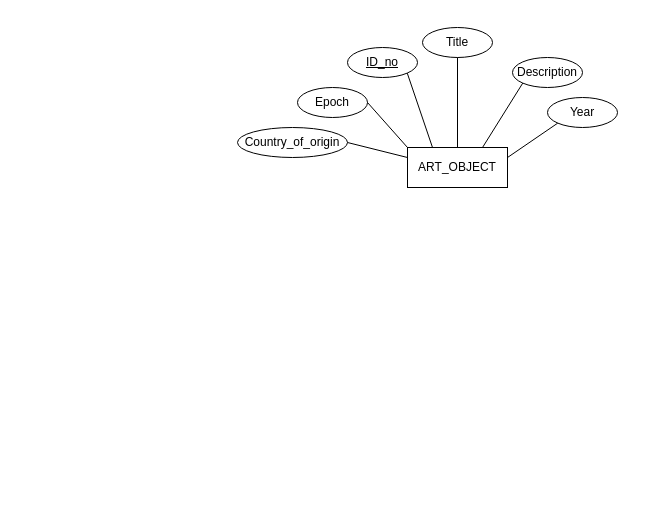
Above: Database_Design_Folder/Brandon EER.drawio in Maan-Khedr-ENSF-300/museum-project-wannabyte (draw.io), before the change. Source tidied: cells renumbered, new cells numbered last; positions are measured from the earlier drawing's top-left corner, leaving out a move shared by most shapes. Both pictures are drawn from the tidied source at 100%, with x=0, y=0 at pixel (237, 27).
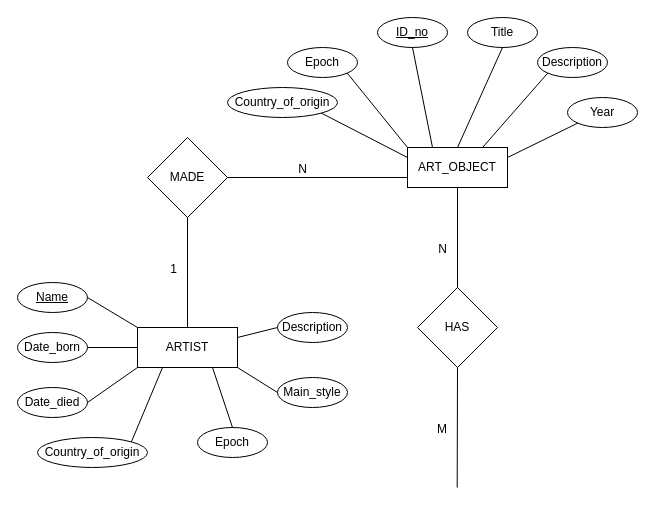
The same page after the edit.

The change refers to these unchanged cells:
```xml
<mxCell id="2" value="ART_OBJECT" style="whiteSpace=wrap;html=1;align=center;" parent="1" vertex="1">
  <mxGeometry x="170" y="120" width="100" height="40" as="geometry" />
</mxCell>
```

The edit, as a diff of the source:
```diff
@@
     <mxCell id="3" value="ID_no" style="ellipse;whiteSpace=wrap;html=1;align=center;fontStyle=4;" parent="1" vertex="1">
-      <mxGeometry x="110" y="20" width="70" height="30" as="geometry" />
+      <mxGeometry x="140" y="-10" width="70" height="30" as="geometry" />
     </mxCell>
     <mxCell id="4" value="Title" style="ellipse;whiteSpace=wrap;html=1;align=center;" parent="1" vertex="1">
-      <mxGeometry x="185" width="70" height="30" as="geometry" />
+      <mxGeometry x="230" y="-10" width="70" height="30" as="geometry" />
     </mxCell>
     <mxCell id="5" value="Description" style="ellipse;whiteSpace=wrap;html=1;align=center;" parent="1" vertex="1">
-      <mxGeometry x="275" y="30" width="70" height="30" as="geometry" />
+      <mxGeometry x="300" y="20" width="70" height="30" as="geometry" />
     </mxCell>
     <mxCell id="6" value="Year" style="ellipse;whiteSpace=wrap;html=1;align=center;" parent="1" vertex="1">
-      <mxGeometry x="310" y="70" width="70" height="30" as="geometry" />
+      <mxGeometry x="330" y="70" width="70" height="30" as="geometry" />
     </mxCell>
     <mxCell id="7" value="Epoch" style="ellipse;whiteSpace=wrap;html=1;align=center;" parent="1" vertex="1">
-      <mxGeometry x="60" y="60" width="70" height="30" as="geometry" />
+      <mxGeometry x="50" y="20" width="70" height="30" as="geometry" />
     </mxCell>
     <mxCell id="8" value="Country_of_origin" style="ellipse;whiteSpace=wrap;html=1;align=center;" parent="1" vertex="1">
-      <mxGeometry y="100" width="110" height="30" as="geometry" />
+      <mxGeometry x="-10" y="60" width="110" height="30" as="geometry" />
     </mxCell>
@@
-    <mxCell id="12" style="endArrow=none;html=1;rounded=0;exitX=1;exitY=1;exitDx=0;exitDy=0;entryX=0.25;entryY=0;entryDx=0;entryDy=0;" parent="1" edge="1" source="3" target="2">
+    <mxCell id="12" style="endArrow=none;html=1;rounded=0;exitX=0.5;exitY=1;exitDx=0;exitDy=0;entryX=0.25;entryY=0;entryDx=0;entryDy=0;" parent="1" edge="1" source="3" target="2">
       <mxGeometry relative="1" as="geometry" />
     </mxCell>
-    <mxCell id="13" style="endArrow=none;html=1;rounded=0;exitX=1;exitY=0.5;exitDx=0;exitDy=0;entryX=0;entryY=0;entryDx=0;entryDy=0;" parent="1" edge="1" source="7" target="2">
+    <mxCell id="13" style="endArrow=none;html=1;rounded=0;exitX=1;exitY=1;exitDx=0;exitDy=0;entryX=0;entryY=0;entryDx=0;entryDy=0;" parent="1" edge="1" source="7" target="2">
       <mxGeometry relative="1" as="geometry" />
     </mxCell>
-    <mxCell id="14" style="endArrow=none;html=1;rounded=0;exitX=1;exitY=0.5;exitDx=0;exitDy=0;entryX=0;entryY=0.25;entryDx=0;entryDy=0;" parent="1" edge="1" source="8" target="2">
+    <mxCell id="14" style="endArrow=none;html=1;rounded=0;exitX=1;exitY=1;exitDx=0;exitDy=0;entryX=0;entryY=0.25;entryDx=0;entryDy=0;" parent="1" edge="1" source="8" target="2">
       <mxGeometry relative="1" as="geometry" />
     </mxCell>
+    <mxCell id="15" value="MADE" style="shape=rhombus;perimeter=rhombusPerimeter;whiteSpace=wrap;html=1;align=center;" parent="1" vertex="1">
+      <mxGeometry x="-90" y="110" width="80" height="80" as="geometry" />
+    </mxCell>
+    <mxCell id="16" style="endArrow=none;html=1;rounded=0;entryX=0;entryY=0.75;entryDx=0;entryDy=0;exitX=1;exitY=0.5;exitDx=0;exitDy=0;" parent="1" edge="1" source="15" target="2">
+      <mxGeometry relative="1" as="geometry" />
+    </mxCell>
+    <mxCell id="17" value="N" style="html=1;align=right;verticalAlign=bottom;" parent="16" vertex="1">
+      <mxGeometry x="1" relative="1" as="geometry">
+        <mxPoint x="-100" as="offset" />
+      </mxGeometry>
+    </mxCell>
+    <mxCell id="18" value="ARTIST" style="whiteSpace=wrap;html=1;align=center;" parent="1" vertex="1">
+      <mxGeometry x="-100" y="300" width="100" height="40" as="geometry" />
+    </mxCell>
+    <mxCell id="19" style="endArrow=none;html=1;rounded=0;exitX=0.5;exitY=1;exitDx=0;exitDy=0;entryX=0.5;entryY=0;entryDx=0;entryDy=0;" parent="1" edge="1" source="15" target="18">
+      <mxGeometry relative="1" as="geometry" />
+    </mxCell>
+    <mxCell id="20" value="1" style="html=1;align=right;verticalAlign=bottom;" parent="19" vertex="1">
+      <mxGeometry x="1" relative="1" as="geometry">
+        <mxPoint x="-10" y="-50" as="offset" />
+      </mxGeometry>
+    </mxCell>
+    <mxCell id="21" value="Name" style="ellipse;whiteSpace=wrap;html=1;align=center;fontStyle=4;" parent="1" vertex="1">
+      <mxGeometry x="-220" y="255" width="70" height="30" as="geometry" />
+    </mxCell>
+    <mxCell id="22" value="Date_born" style="ellipse;whiteSpace=wrap;html=1;align=center;" parent="1" vertex="1">
+      <mxGeometry x="-220" y="305" width="70" height="30" as="geometry" />
+    </mxCell>
+    <mxCell id="23" value="Date_died" style="ellipse;whiteSpace=wrap;html=1;align=center;" parent="1" vertex="1">
+      <mxGeometry x="-220" y="360" width="70" height="30" as="geometry" />
+    </mxCell>
+    <mxCell id="24" value="Country_of_origin" style="ellipse;whiteSpace=wrap;html=1;align=center;" parent="1" vertex="1">
+      <mxGeometry x="-200" y="410" width="110" height="30" as="geometry" />
+    </mxCell>
+    <mxCell id="25" value="Epoch" style="ellipse;whiteSpace=wrap;html=1;align=center;" parent="1" vertex="1">
+      <mxGeometry x="-40" y="400" width="70" height="30" as="geometry" />
+    </mxCell>
+    <mxCell id="26" value="Main_style" style="ellipse;whiteSpace=wrap;html=1;align=center;" parent="1" vertex="1">
+      <mxGeometry x="40" y="350" width="70" height="30" as="geometry" />
+    </mxCell>
+    <mxCell id="27" value="Description" style="ellipse;whiteSpace=wrap;html=1;align=center;" parent="1" vertex="1">
+      <mxGeometry x="40" y="285" width="70" height="30" as="geometry" />
+    </mxCell>
+    <mxCell id="28" style="endArrow=none;html=1;rounded=0;exitX=1;exitY=0.5;exitDx=0;exitDy=0;entryX=0;entryY=0;entryDx=0;entryDy=0;" parent="1" edge="1" source="21" target="18">
+      <mxGeometry relative="1" as="geometry" />
+    </mxCell>
+    <mxCell id="29" style="endArrow=none;html=1;rounded=0;exitX=1;exitY=0.5;exitDx=0;exitDy=0;entryX=0;entryY=0.5;entryDx=0;entryDy=0;" parent="1" edge="1" source="22" target="18">
+      <mxGeometry relative="1" as="geometry" />
+    </mxCell>
+    <mxCell id="30" style="endArrow=none;html=1;rounded=0;entryX=0;entryY=1;entryDx=0;entryDy=0;exitX=1;exitY=0.5;exitDx=0;exitDy=0;" parent="1" edge="1" source="23" target="18">
+      <mxGeometry relative="1" as="geometry" />
+    </mxCell>
+    <mxCell id="31" style="endArrow=none;html=1;rounded=0;entryX=0.25;entryY=1;entryDx=0;entryDy=0;exitX=1;exitY=0;exitDx=0;exitDy=0;" parent="1" edge="1" source="24" target="18">
+      <mxGeometry relative="1" as="geometry" />
+    </mxCell>
+    <mxCell id="32" style="endArrow=none;html=1;rounded=0;entryX=0.75;entryY=1;entryDx=0;entryDy=0;exitX=0.5;exitY=0;exitDx=0;exitDy=0;" parent="1" edge="1" source="25" target="18">
+      <mxGeometry relative="1" as="geometry" />
+    </mxCell>
+    <mxCell id="33" style="endArrow=none;html=1;rounded=0;entryX=1;entryY=1;entryDx=0;entryDy=0;exitX=0;exitY=0.5;exitDx=0;exitDy=0;" parent="1" edge="1" source="26" target="18">
+      <mxGeometry relative="1" as="geometry" />
+    </mxCell>
+    <mxCell id="34" style="endArrow=none;html=1;rounded=0;entryX=1;entryY=0.25;entryDx=0;entryDy=0;exitX=0;exitY=0.5;exitDx=0;exitDy=0;" parent="1" edge="1" source="27" target="18">
+      <mxGeometry relative="1" as="geometry" />
+    </mxCell>
+    <mxCell id="35" value="HAS" style="shape=rhombus;perimeter=rhombusPerimeter;whiteSpace=wrap;html=1;align=center;" parent="1" vertex="1">
+      <mxGeometry x="180" y="260" width="80" height="80" as="geometry" />
+    </mxCell>
+    <mxCell id="36" style="endArrow=none;html=1;rounded=0;entryX=0.5;entryY=1;entryDx=0;entryDy=0;exitX=0.5;exitY=0;exitDx=0;exitDy=0;" parent="1" edge="1" source="35" target="2">
+      <mxGeometry relative="1" as="geometry" />
+    </mxCell>
+    <mxCell id="37" value="N" style="html=1;align=right;verticalAlign=bottom;" parent="36" vertex="1">
+      <mxGeometry x="1" relative="1" as="geometry">
+        <mxPoint x="-10" y="70" as="offset" />
+      </mxGeometry>
+    </mxCell>
+    <mxCell id="38" style="endArrow=none;html=1;rounded=0;entryX=0.5;entryY=1;entryDx=0;entryDy=0;exitX=0.5;exitY=0;exitDx=0;exitDy=0;" parent="1" edge="1" target="35">
+      <mxGeometry relative="1" as="geometry">
+        <mxPoint x="219.7" y="460" as="sourcePoint" />
+      </mxGeometry>
+    </mxCell>
+    <mxCell id="39" value="M" style="html=1;align=right;verticalAlign=bottom;" parent="38" vertex="1">
+      <mxGeometry x="1" relative="1" as="geometry">
+        <mxPoint x="-10" y="70" as="offset" />
+      </mxGeometry>
+    </mxCell>
```
